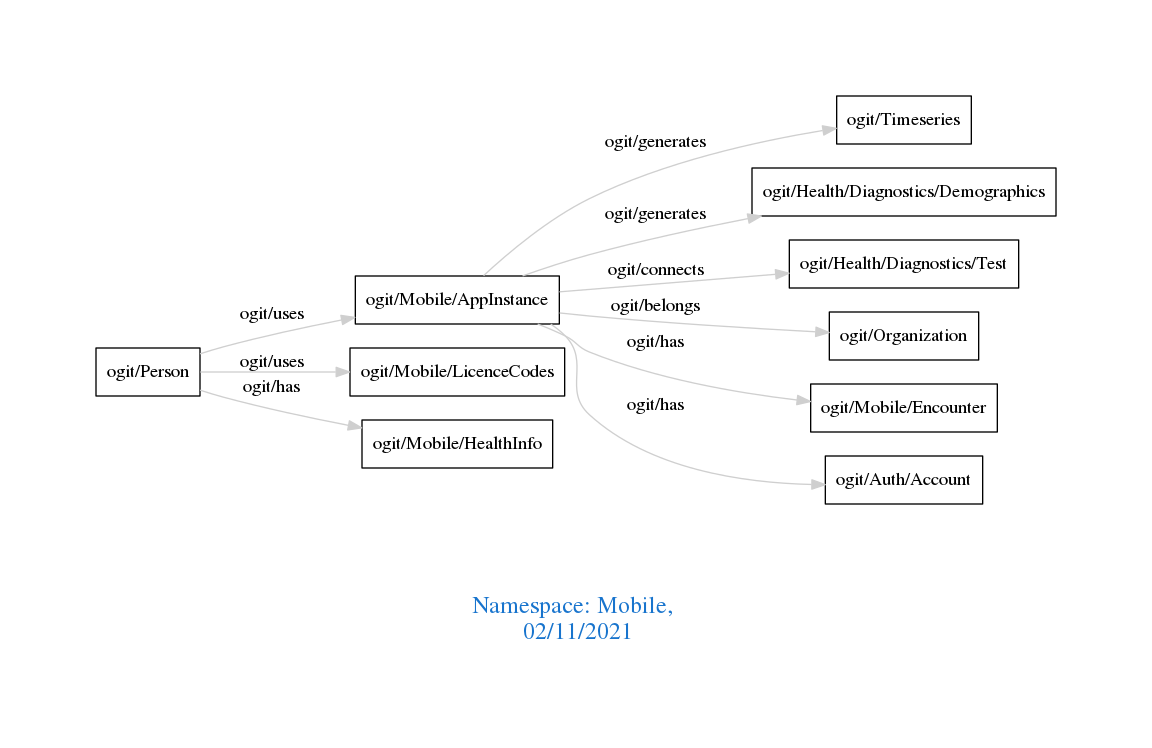
Earlier version of the Graphviz export downloads/Mobile.png (arago/OGIT). Its source is kept beside it as downloads/Mobile.dot.
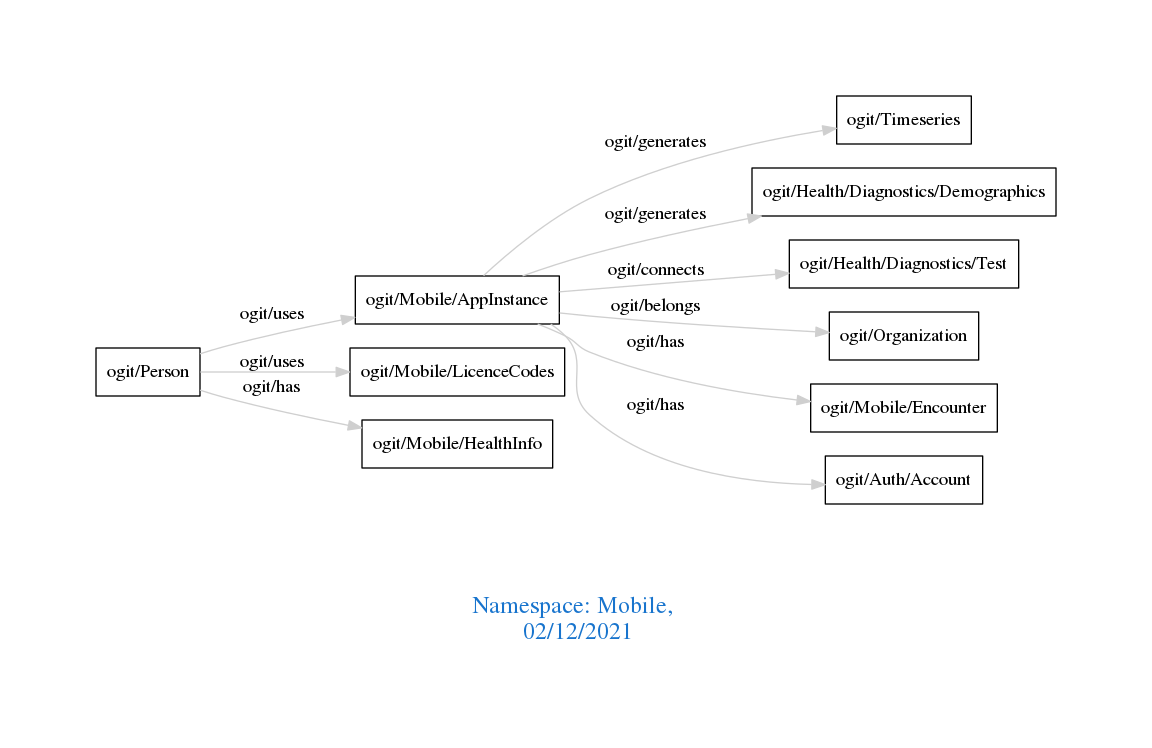
Above is the later version.

What changed in the source:
```diff
@@ -1,7 +1,7 @@
 digraph OGIT_ontology {
  graph [ rankdir= LR,pad=1
 fontsize = 18,
-fontcolor= dodgerblue3,label = "\n\n\nNamespace: Mobile, \n 02/11/2021"];
+fontcolor= dodgerblue3,label = "\n\n\nNamespace: Mobile, \n 02/12/2021"];
 node[shape=polygon];
 edge [  color="gray81"];
 
```
